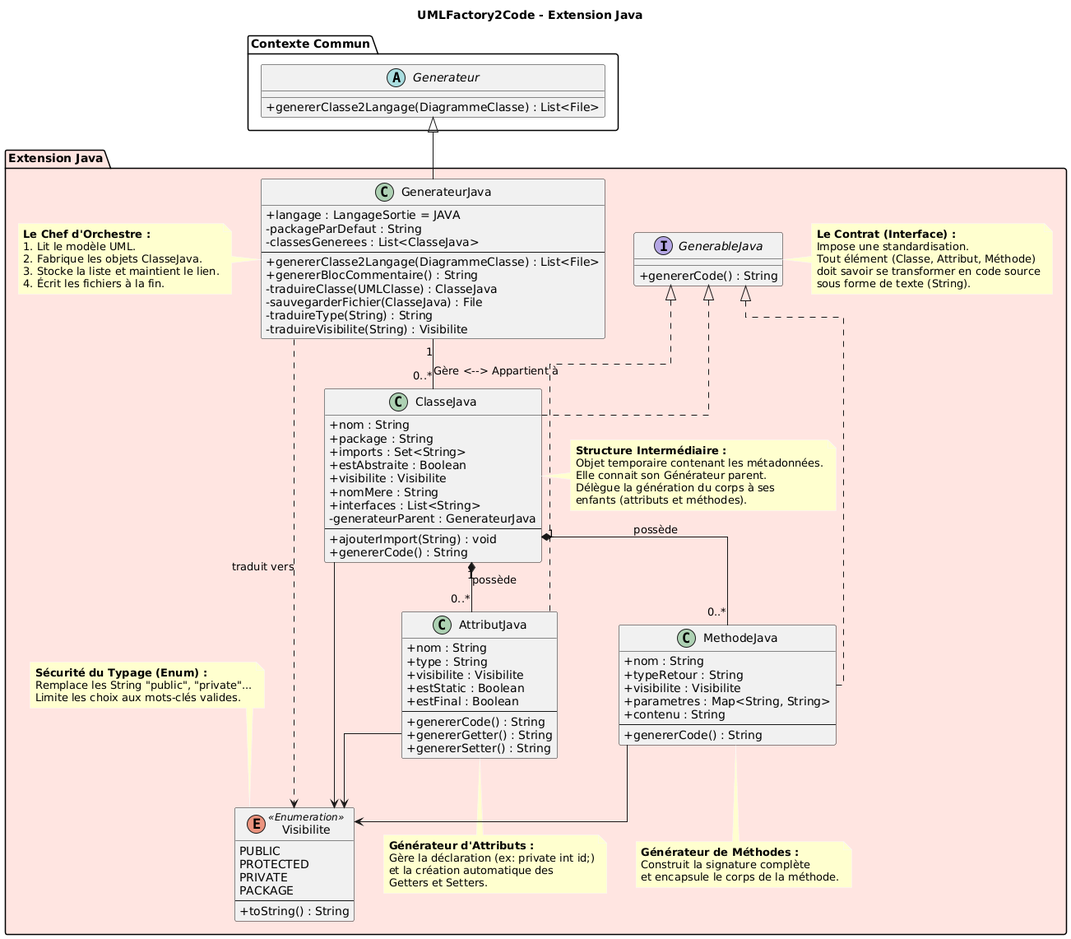
Earlier version of the PlantUML export doc/images/diag_java.png (RasdaCorentin/PlantUML2Code). The source it was exported from:
```plantuml
@startuml
title UMLFactory2Code - Extension Java
skinparam classAttributeIconSize 0
skinparam noteBackgroundColor #FEFECE
skinparam noteBorderColor #F8F8F8
skinparam linetype ortho

package "Contexte Commun" {
  abstract class Generateur {
    +genererClasse2Langage(DiagrammeClasse) : List<File>
  }
}

package "Extension Java" #MistyRose {

  interface GenerableJava {
    +genererCode() : String
  }
  note right of GenerableJava
    <b>Le Contrat (Interface) :</b>
    Impose une standardisation.
    Tout élément (Classe, Attribut, Méthode)
    doit savoir se transformer en code source
    sous forme de texte (String).
  end note

  enum Visibilite <<Enumeration>> {
    PUBLIC
    PROTECTED
    PRIVATE
    PACKAGE
    --
    +toString() : String
  }
  note top of Visibilite
    <b>Sécurité du Typage (Enum) :</b>
    Remplace les String "public", "private"...
    Limite les choix aux mots-clés valides.
  end note

  class GenerateurJava {
    +langage : LangageSortie = JAVA
    -packageParDefaut : String
    -classesGenerees : List<ClasseJava>
    ---
    +genererClasse2Langage(DiagrammeClasse) : List<File>
    +genererBlocCommentaire() : String
    -traduireClasse(UMLClasse) : ClasseJava
    -sauvegarderFichier(ClasseJava) : File
    -traduireType(String) : String
    -traduireVisibilite(String) : Visibilite
  }
  note left of GenerateurJava
    <b>Le Chef d'Orchestre :</b>
    1. Lit le modèle UML.
    2. Fabrique les objets ClasseJava.
    3. Stocke la liste et maintient le lien.
    4. Écrit les fichiers à la fin.
  end note

  class ClasseJava {
    +nom : String
    +package : String
    +imports : Set<String>
    +estAbstraite : Boolean
    +visibilite : Visibilite
    +nomMere : String
    +interfaces : List<String>
    -generateurParent : GenerateurJava
    ---
    +ajouterImport(String) : void
    +genererCode() : String
  }
  note right of ClasseJava
    <b>Structure Intermédiaire :</b>
    Objet temporaire contenant les métadonnées.
    Elle connait son Générateur parent.
    Délègue la génération du corps à ses
    enfants (attributs et méthodes).
  end note

  class AttributJava {
    +nom : String
    +type : String
    +visibilite : Visibilite
    +estStatic : Boolean
    +estFinal : Boolean
    ---
    +genererCode() : String
    +genererGetter() : String
    +genererSetter() : String
  }
  note bottom of AttributJava
    <b>Générateur d'Attributs :</b>
    Gère la déclaration (ex: private int id;)
    et la création automatique des
    Getters et Setters.
  end note

  class MethodeJava {
    +nom : String
    +typeRetour : String
    +visibilite : Visibilite
    +parametres : Map<String, String>
    +contenu : String
    ---
    +genererCode() : String
  }
  note bottom of MethodeJava
    <b>Générateur de Méthodes :</b>
    Construit la signature complète
    et encapsule le corps de la méthode.
  end note


  Generateur <|-- GenerateurJava

  GenerableJava <|.. ClasseJava
  GenerableJava <|.. AttributJava
  GenerableJava <|.. MethodeJava

  GenerateurJava "1" -- "0..*" ClasseJava : "Gère <--> Appartient à"

  GenerateurJava ..> Visibilite : "traduit vers"

  ClasseJava "1" *-- "0..*" AttributJava : "possède"
  ClasseJava "1" *-- "0..*" MethodeJava : "possède"

  ClasseJava --> Visibilite
  AttributJava --> Visibilite
  MethodeJava --> Visibilite

}
@enduml
```
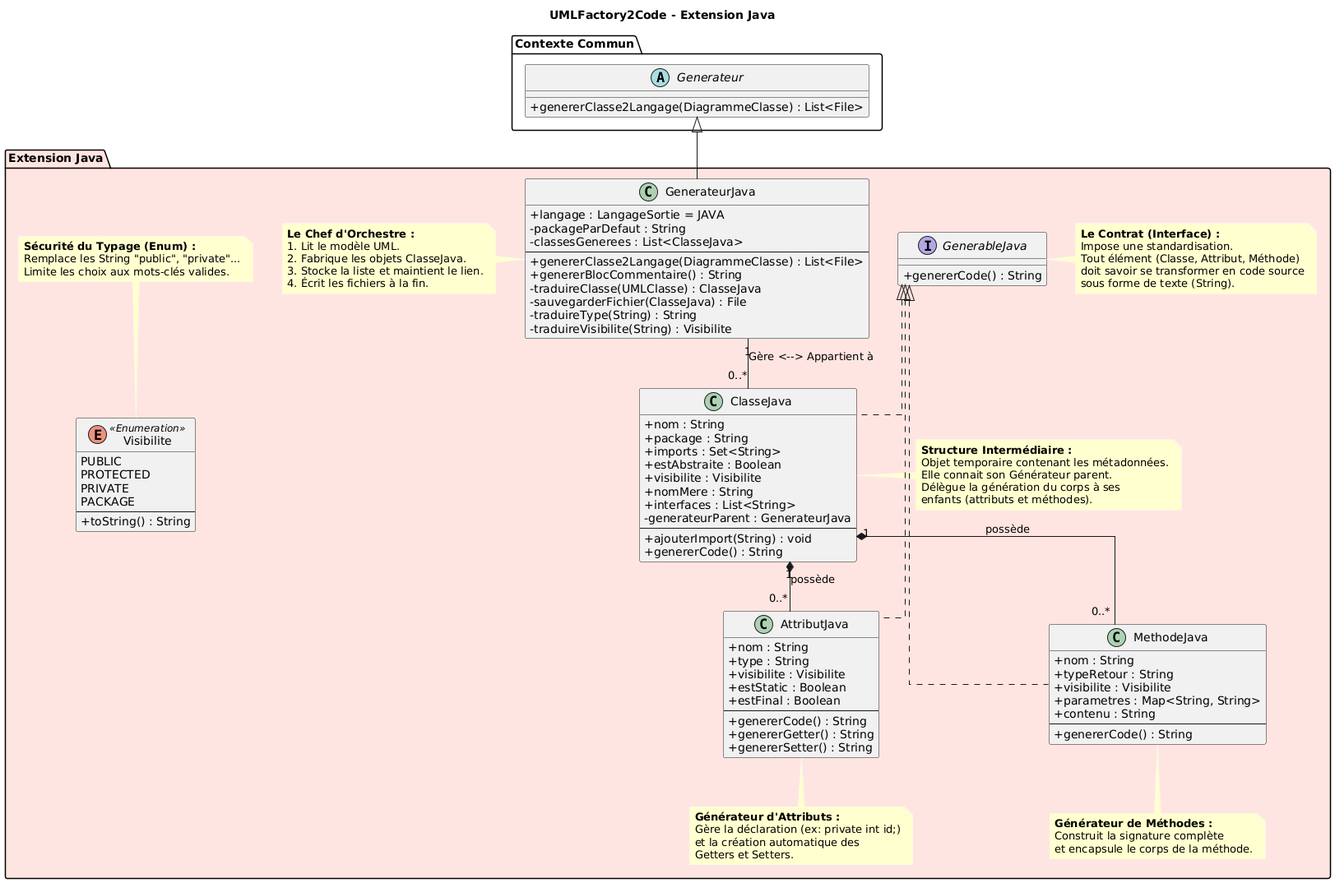
The same file after the commit.

Commit message:
MAJ diagramme JAVA

Diff of the diagram source:
```diff
@@ -121,14 +121,9 @@
 
   GenerateurJava "1" -- "0..*" ClasseJava : "Gère <--> Appartient à"
 
-  GenerateurJava ..> Visibilite : "traduit vers"
 
   ClasseJava "1" *-- "0..*" AttributJava : "possède"
   ClasseJava "1" *-- "0..*" MethodeJava : "possède"
 
-  ClasseJava --> Visibilite
-  AttributJava --> Visibilite
-  MethodeJava --> Visibilite
-
 }
 @enduml
```
